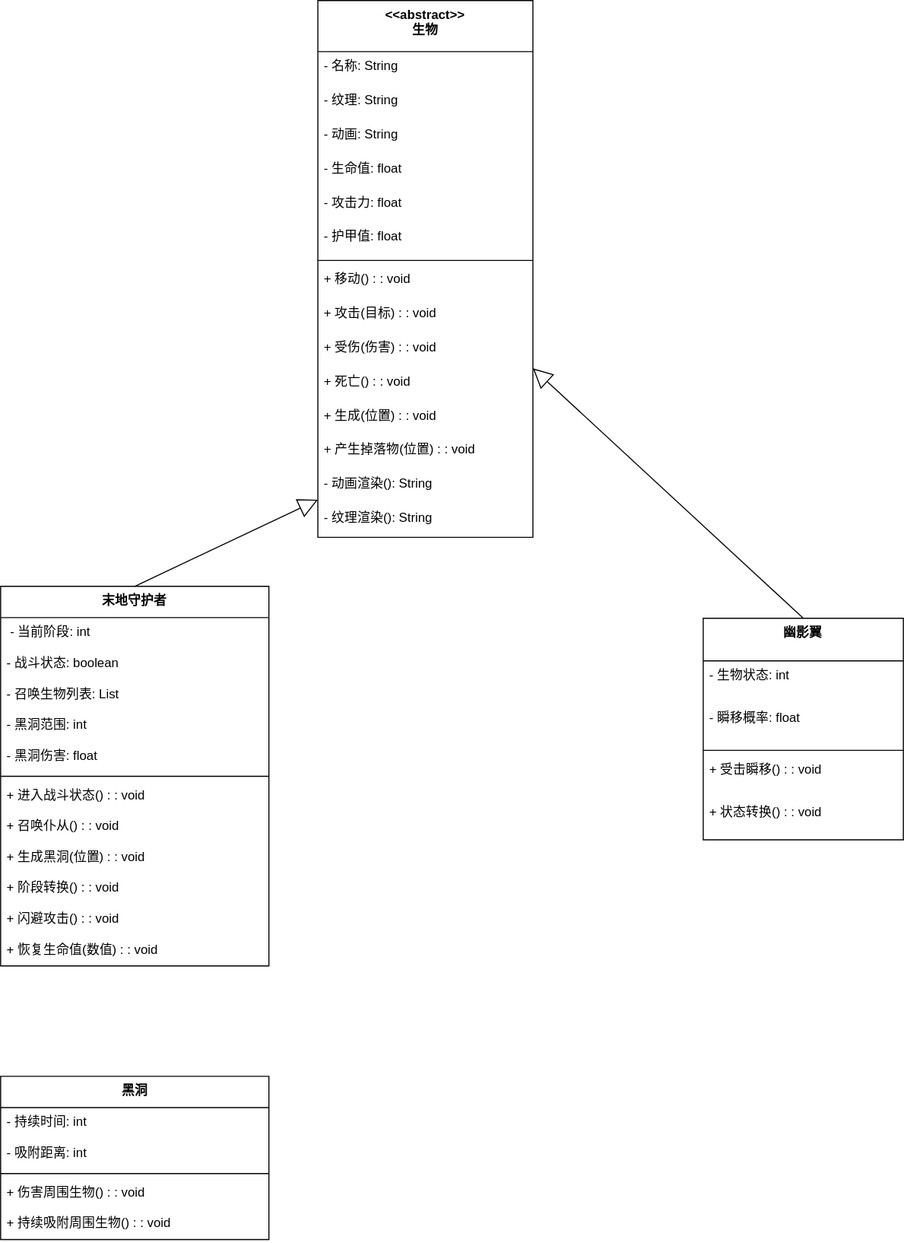
Above: docs/开发资料/attachments/类图-生物.svg in AK47are/minecraft-end-mod (draw.io), before the change. Source tidied: cells renumbered, new cells last; positions are measured from the earlier drawing's top-left corner, leaving out a move shared by most shapes.
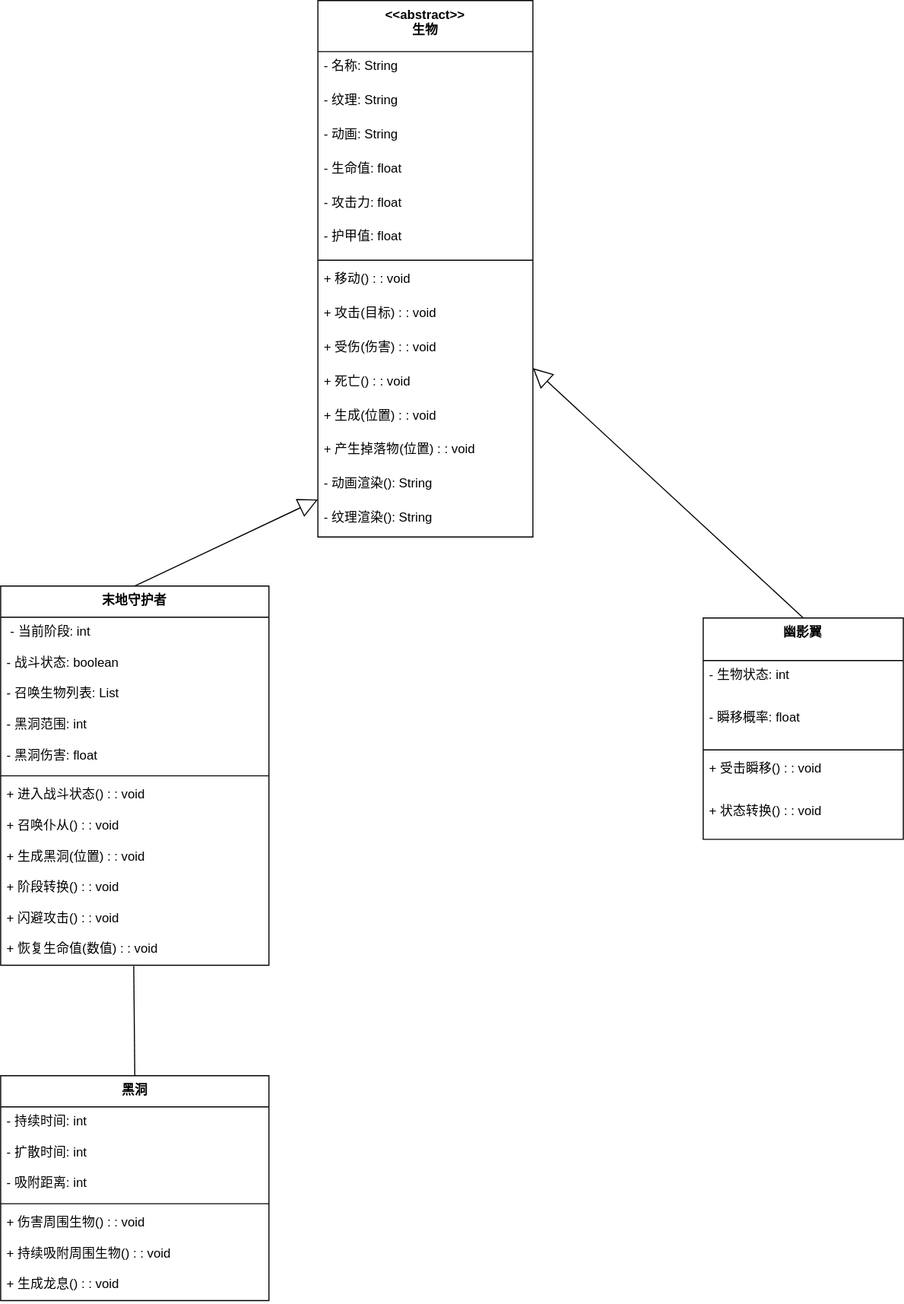
Above is the later version.

The edit, as a diff of the source:
```diff
@@ -114,22 +114,33 @@
       <mxGeometry relative="1" as="geometry" />
     </mxCell>
     <mxCell id="39" value="黑洞" style="swimlane;fontStyle=1;align=center;verticalAlign=top;horizontal=1;startSize=29.333333333333332;" parent="1" vertex="1">
-      <mxGeometry y="1010" width="252" height="153.3" as="geometry" />
+      <mxGeometry y="1010" width="252" height="211.3" as="geometry" />
     </mxCell>
     <mxCell id="40" value="- 持续时间: int" style="text;strokeColor=none;fillColor=none;align=left;verticalAlign=top;spacingLeft=4;spacingRight=4;overflow=hidden;" parent="39" vertex="1">
       <mxGeometry y="29.3" width="252" height="29" as="geometry" />
     </mxCell>
+    <mxCell id="45" value="- 扩散时间: int" style="text;strokeColor=none;fillColor=none;align=left;verticalAlign=top;spacingLeft=4;spacingRight=4;overflow=hidden;" parent="39" vertex="1">
+      <mxGeometry y="58.3" width="252" height="29" as="geometry" />
+    </mxCell>
     <mxCell id="41" value="- 吸附距离: int" style="text;strokeColor=none;fillColor=none;align=left;verticalAlign=top;spacingLeft=4;spacingRight=4;overflow=hidden;" parent="39" vertex="1">
-      <mxGeometry y="58.3" width="252" height="29" as="geometry" />
+      <mxGeometry y="87.3" width="252" height="29" as="geometry" />
     </mxCell>
     <mxCell id="42" style="line;strokeWidth=1;fillColor=none;align=left;verticalAlign=middle;spacingTop=-1;spacingLeft=3;spacingRight=3;labelPosition=right;strokeColor=inherit;" parent="39" vertex="1">
-      <mxGeometry y="87.3" width="252" height="8" as="geometry" />
+      <mxGeometry y="116.3" width="252" height="8" as="geometry" />
     </mxCell>
     <mxCell id="43" value="+ 伤害周围生物() : : void" style="text;strokeColor=none;fillColor=none;align=left;verticalAlign=top;spacingLeft=4;spacingRight=4;overflow=hidden;" parent="39" vertex="1">
-      <mxGeometry y="95.3" width="252" height="29" as="geometry" />
+      <mxGeometry y="124.3" width="252" height="29" as="geometry" />
     </mxCell>
     <mxCell id="44" value="+ 持续吸附周围生物() : : void" style="text;strokeColor=none;fillColor=none;align=left;verticalAlign=top;spacingLeft=4;spacingRight=4;overflow=hidden;" parent="39" vertex="1">
-      <mxGeometry y="124.3" width="252" height="29" as="geometry" />
+      <mxGeometry y="153.3" width="252" height="29" as="geometry" />
     </mxCell>
+    <mxCell id="46" value="+ 生成龙息() : : void" style="text;strokeColor=none;fillColor=none;align=left;verticalAlign=top;spacingLeft=4;spacingRight=4;overflow=hidden;" parent="39" vertex="1">
+      <mxGeometry y="182.3" width="252" height="29" as="geometry" />
+    </mxCell>
+    <mxCell id="47" style="rounded=0;jettySize=auto;html=1;exitX=0.5;exitY=0;exitDx=0;exitDy=0;endArrow=none;startFill=0;" parent="1" edge="1" source="39">
+      <mxGeometry relative="1" as="geometry">
+        <mxPoint x="125" y="907" as="targetPoint" />
+      </mxGeometry>
+    </mxCell>
   </root>
 </mxGraphModel>
```
